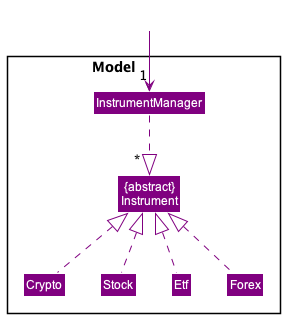
Earlier version of the PlantUML export docs/images/ModelDiagram.png (williamlamjy/mTracker).
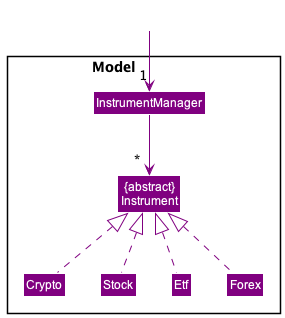
The same file after the commit.

Diff of the diagram source:
```diff
@@ -16,6 +16,6 @@
 Stock -up[COLOR_MODEL].|>Instrument
 Etf -up[COLOR_MODEL].|>Instrument
 Forex -up[COLOR_MODEL].|>Instrument
-InstrumentManager -down[COLOR_MODEL].|> "              *" Instrument
+InstrumentManager -down[COLOR_MODEL]-> "              *" Instrument
 
 @enduml
```
